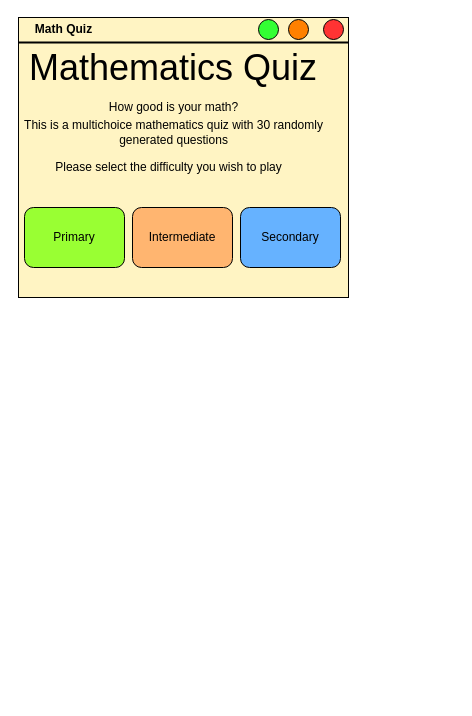
Earlier version of the draw.io diagram Wireframe.drawio (Woojin-nz/91906_07_Assessment). Source tidied: cells renumbered, new cells numbered last; positions are measured from the earlier drawing's top-left corner, leaving out a move shared by most shapes. Both pictures are drawn from the tidied source at 100%, with x=0, y=0 at pixel (18, 17).
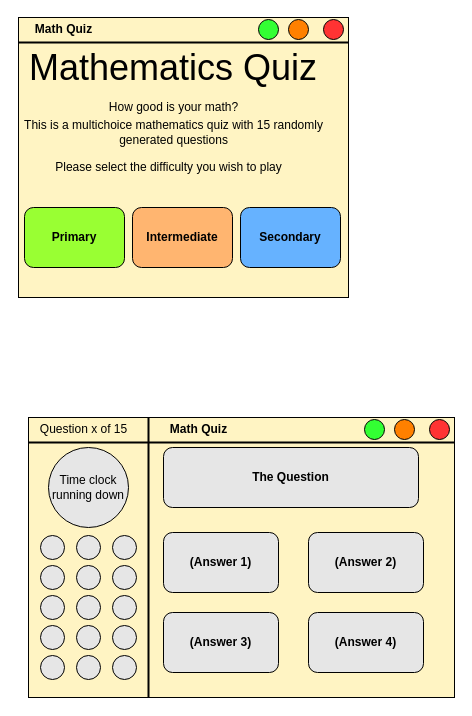
The same diagram, later.

What changed in the source:
```diff
@@
-    <mxCell id="11" value="This is a multichoice mathematics quiz with 30 randomly&lt;br&gt;generated questions" style="text;html=1;align=center;verticalAlign=middle;" parent="1" vertex="1">
+    <mxCell id="11" value="This is a multichoice mathematics quiz with 15 randomly&lt;br&gt;generated questions" style="text;html=1;align=center;verticalAlign=middle;" parent="1" vertex="1">
       <mxGeometry y="100" width="310" height="30" as="geometry" />
     </mxCell>
@@
-    <mxCell id="13" value="Primary" style="rounded=1;whiteSpace=wrap;html=1;fillColor=#99FF33;" parent="1" vertex="1">
+    <mxCell id="13" value="&lt;b&gt;Primary&lt;/b&gt;" style="rounded=1;whiteSpace=wrap;html=1;fillColor=#99FF33;" parent="1" vertex="1">
       <mxGeometry x="6" y="190" width="100" height="60" as="geometry" />
     </mxCell>
-    <mxCell id="14" value="Intermediate" style="rounded=1;whiteSpace=wrap;html=1;fillColor=#FFB570;" parent="1" vertex="1">
+    <mxCell id="14" value="&lt;b&gt;Intermediate&lt;/b&gt;" style="rounded=1;whiteSpace=wrap;html=1;fillColor=#FFB570;" parent="1" vertex="1">
       <mxGeometry x="114" y="190" width="100" height="60" as="geometry" />
     </mxCell>
-    <mxCell id="15" value="Secondary" style="rounded=1;whiteSpace=wrap;html=1;fillColor=#66B2FF;" parent="1" vertex="1">
+    <mxCell id="15" value="&lt;b&gt;Secondary&lt;/b&gt;" style="rounded=1;whiteSpace=wrap;html=1;fillColor=#66B2FF;" parent="1" vertex="1">
       <mxGeometry x="222" y="190" width="100" height="60" as="geometry" />
     </mxCell>
+    <mxCell id="16" style="rounded=0;whiteSpace=wrap;html=1;fillColor=#fff4c3;" parent="1" vertex="1">
+      <mxGeometry x="10" y="400" width="426" height="280" as="geometry" />
+    </mxCell>
+    <mxCell id="17" style="line;strokeWidth=2;html=1;" parent="1" vertex="1">
+      <mxGeometry x="10" y="420" width="426" height="10" as="geometry" />
+    </mxCell>
+    <mxCell id="18" value="&lt;b&gt;Math Quiz&lt;/b&gt;" style="text;html=1;align=center;verticalAlign=middle;fillColor=none;strokeColor=none;rounded=0;" parent="1" vertex="1">
+      <mxGeometry x="145" y="402" width="70" height="20" as="geometry" />
+    </mxCell>
+    <mxCell id="19" style="ellipse;whiteSpace=wrap;html=1;fillColor=#33FF33;" parent="1" vertex="1">
+      <mxGeometry x="346" y="402" width="20" height="20" as="geometry" />
+    </mxCell>
+    <mxCell id="20" style="ellipse;whiteSpace=wrap;html=1;fillColor=#FF8000;" parent="1" vertex="1">
+      <mxGeometry x="376" y="402" width="20" height="20" as="geometry" />
+    </mxCell>
+    <mxCell id="21" style="ellipse;whiteSpace=wrap;html=1;fillColor=#FF3333;" parent="1" vertex="1">
+      <mxGeometry x="411" y="402" width="20" height="20" as="geometry" />
+    </mxCell>
+    <mxCell id="22" value="&lt;b&gt;&lt;br&gt;&lt;/b&gt;" style="text;html=1;align=center;verticalAlign=middle;" parent="1" vertex="1">
+      <mxGeometry x="251" y="490" width="20" height="20" as="geometry" />
+    </mxCell>
+    <mxCell id="23" value="&lt;b&gt;(Answer 1)&lt;/b&gt;" style="rounded=1;whiteSpace=wrap;html=1;fillColor=#E6E6E6;" parent="1" vertex="1">
+      <mxGeometry x="145" y="515" width="115" height="60" as="geometry" />
+    </mxCell>
+    <mxCell id="24" value="&lt;b&gt;(Answer 2)&lt;/b&gt;" style="rounded=1;whiteSpace=wrap;html=1;fillColor=#E6E6E6;" parent="1" vertex="1">
+      <mxGeometry x="290" y="515" width="115" height="60" as="geometry" />
+    </mxCell>
+    <mxCell id="25" value="&lt;b&gt;(Answer 3)&lt;/b&gt;" style="rounded=1;whiteSpace=wrap;html=1;fillColor=#E6E6E6;" parent="1" vertex="1">
+      <mxGeometry x="145" y="595" width="115" height="60" as="geometry" />
+    </mxCell>
+    <mxCell id="26" value="&lt;b&gt;(Answer 4)&lt;/b&gt;" style="rounded=1;whiteSpace=wrap;html=1;fillColor=#E6E6E6;" parent="1" vertex="1">
+      <mxGeometry x="290" y="595" width="115" height="60" as="geometry" />
+    </mxCell>
+    <mxCell id="27" value="Time clock&lt;br&gt;running down" style="ellipse;whiteSpace=wrap;html=1;fillColor=#E6E6E6;" parent="1" vertex="1">
+      <mxGeometry x="30" y="430" width="80" height="80" as="geometry" />
+    </mxCell>
+    <mxCell id="28" style="line;strokeWidth=2;html=1;rotation=-90;" parent="1" vertex="1">
+      <mxGeometry x="-10" y="535" width="280" height="10" as="geometry" />
+    </mxCell>
+    <mxCell id="29" value="Question x of 15" style="text;html=1;align=center;verticalAlign=middle;fillColor=none;strokeColor=none;rounded=0;" parent="1" vertex="1">
+      <mxGeometry x="15" y="402" width="100" height="20" as="geometry" />
+    </mxCell>
+    <mxCell id="30" style="ellipse;whiteSpace=wrap;html=1;fillColor=#E6E6E6;" parent="1" vertex="1">
+      <mxGeometry x="22" y="518" width="24" height="24" as="geometry" />
+    </mxCell>
+    <mxCell id="31" value="&lt;b&gt;The Question&lt;/b&gt;" style="rounded=1;whiteSpace=wrap;html=1;fillColor=#E6E6E6;" parent="1" vertex="1">
+      <mxGeometry x="145" y="430" width="255" height="60" as="geometry" />
+    </mxCell>
+    <mxCell id="32" style="ellipse;whiteSpace=wrap;html=1;fillColor=#E6E6E6;" parent="1" vertex="1">
+      <mxGeometry x="22" y="548" width="24" height="24" as="geometry" />
+    </mxCell>
+    <mxCell id="33" style="ellipse;whiteSpace=wrap;html=1;fillColor=#E6E6E6;" parent="1" vertex="1">
+      <mxGeometry x="22" y="578" width="24" height="24" as="geometry" />
+    </mxCell>
+    <mxCell id="34" style="ellipse;whiteSpace=wrap;html=1;fillColor=#E6E6E6;" parent="1" vertex="1">
+      <mxGeometry x="22" y="608" width="24" height="24" as="geometry" />
+    </mxCell>
+    <mxCell id="35" style="ellipse;whiteSpace=wrap;html=1;fillColor=#E6E6E6;" parent="1" vertex="1">
+      <mxGeometry x="22" y="638" width="24" height="24" as="geometry" />
+    </mxCell>
+    <mxCell id="36" style="ellipse;whiteSpace=wrap;html=1;fillColor=#E6E6E6;" parent="1" vertex="1">
+      <mxGeometry x="58" y="518" width="24" height="24" as="geometry" />
+    </mxCell>
+    <mxCell id="37" style="ellipse;whiteSpace=wrap;html=1;fillColor=#E6E6E6;" parent="1" vertex="1">
+      <mxGeometry x="58" y="548" width="24" height="24" as="geometry" />
+    </mxCell>
+    <mxCell id="38" style="ellipse;whiteSpace=wrap;html=1;fillColor=#E6E6E6;" parent="1" vertex="1">
+      <mxGeometry x="58" y="578" width="24" height="24" as="geometry" />
+    </mxCell>
+    <mxCell id="39" style="ellipse;whiteSpace=wrap;html=1;fillColor=#E6E6E6;" parent="1" vertex="1">
+      <mxGeometry x="58" y="608" width="24" height="24" as="geometry" />
+    </mxCell>
+    <mxCell id="40" style="ellipse;whiteSpace=wrap;html=1;fillColor=#E6E6E6;" parent="1" vertex="1">
+      <mxGeometry x="58" y="638" width="24" height="24" as="geometry" />
+    </mxCell>
+    <mxCell id="41" style="ellipse;whiteSpace=wrap;html=1;fillColor=#E6E6E6;" parent="1" vertex="1">
+      <mxGeometry x="94" y="518" width="24" height="24" as="geometry" />
+    </mxCell>
+    <mxCell id="42" style="ellipse;whiteSpace=wrap;html=1;fillColor=#E6E6E6;" parent="1" vertex="1">
+      <mxGeometry x="94" y="548" width="24" height="24" as="geometry" />
+    </mxCell>
+    <mxCell id="43" style="ellipse;whiteSpace=wrap;html=1;fillColor=#E6E6E6;" parent="1" vertex="1">
+      <mxGeometry x="94" y="578" width="24" height="24" as="geometry" />
+    </mxCell>
+    <mxCell id="44" style="ellipse;whiteSpace=wrap;html=1;fillColor=#E6E6E6;" parent="1" vertex="1">
+      <mxGeometry x="94" y="608" width="24" height="24" as="geometry" />
+    </mxCell>
+    <mxCell id="45" style="ellipse;whiteSpace=wrap;html=1;fillColor=#E6E6E6;" parent="1" vertex="1">
+      <mxGeometry x="94" y="638" width="24" height="24" as="geometry" />
+    </mxCell>
```
